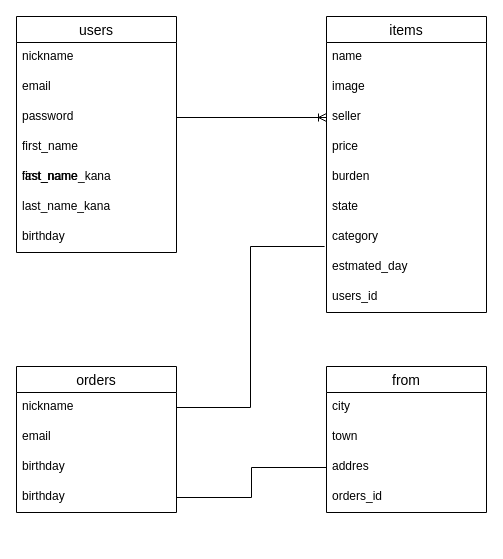
Earlier version of the draw.io diagram test.dio (tsuyoshitorikawa/furima-34366). Source tidied: cells renumbered, new cells numbered last; positions are measured from the earlier drawing's top-left corner, leaving out a move shared by most shapes. Both pictures are drawn from the tidied source at 100%, with x=0, y=0 at pixel (16, 16).
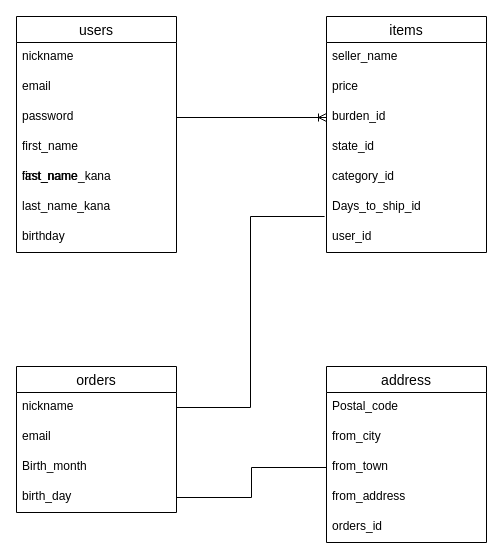
After the change.

Commit message (it also covers changes not shown here):
データベース設計3

The change refers to these unchanged cells:
```xml
<mxCell id="5" value="password" style="text;strokeColor=none;fillColor=none;spacingLeft=4;spacingRight=4;overflow=hidden;points=[[0,0.5],[1,0.5]];portConstraint=eastwest;fontSize=12;" parent="2" vertex="1">
  <mxGeometry y="86" width="160" height="30" as="geometry" />
</mxCell>
<mxCell id="20" value="orders" style="swimlane;fontStyle=0;horizontal=1;startSize=26;align=center;fontSize=14;" parent="1" vertex="1">
  <mxGeometry y="350" width="160" height="146" as="geometry" />
</mxCell>
```

The edit, as a diff of the source:
```diff
@@
     <mxCell id="10" value="items" style="swimlane;fontStyle=0;horizontal=1;startSize=26;align=center;fontSize=14;" parent="1" vertex="1">
-      <mxGeometry x="310" width="160" height="296" as="geometry" />
+      <mxGeometry x="310" width="160" height="236" as="geometry" />
     </mxCell>
-    <mxCell id="11" value="name" style="text;strokeColor=none;fillColor=none;spacingLeft=4;spacingRight=4;overflow=hidden;fontSize=12;" parent="10" vertex="1">
+    <mxCell id="11" value="seller_name" style="text;strokeColor=none;fillColor=none;spacingLeft=4;spacingRight=4;overflow=hidden;fontSize=12;" parent="10" vertex="1">
       <mxGeometry y="26" width="160" height="30" as="geometry" />
     </mxCell>
-    <mxCell id="12" value="image" style="text;strokeColor=none;fillColor=none;spacingLeft=4;spacingRight=4;overflow=hidden;fontSize=12;" parent="10" vertex="1">
+    <mxCell id="12" value="price" style="text;strokeColor=none;fillColor=none;spacingLeft=4;spacingRight=4;overflow=hidden;fontSize=12;" parent="10" vertex="1">
       <mxGeometry y="56" width="160" height="30" as="geometry" />
     </mxCell>
-    <mxCell id="13" value="seller" style="text;strokeColor=none;fillColor=none;spacingLeft=4;spacingRight=4;overflow=hidden;points=[[0,0.5],[1,0.5]];portConstraint=eastwest;fontSize=12;" parent="10" vertex="1">
-      <mxGeometry y="86" width="160" height="30" as="geometry" />
-    </mxCell>
-    <mxCell id="14" value="price" style="text;strokeColor=none;fillColor=none;spacingLeft=4;spacingRight=4;overflow=hidden;points=[[0,0.5],[1,0.5]];portConstraint=eastwest;fontSize=12;" parent="10" vertex="1">
-      <mxGeometry y="116" width="160" height="30" as="geometry" />
+    <mxCell id="14" value="burden_id" style="text;strokeColor=none;fillColor=none;spacingLeft=4;spacingRight=4;overflow=hidden;points=[[0,0.5],[1,0.5]];portConstraint=eastwest;fontSize=12;" parent="10" vertex="1">
+      <mxGeometry y="86" width="160" height="30" as="geometry" />
     </mxCell>
-    <mxCell id="15" value="burden" style="text;strokeColor=none;fillColor=none;spacingLeft=4;spacingRight=4;overflow=hidden;fontSize=12;" parent="10" vertex="1">
-      <mxGeometry y="146" width="160" height="30" as="geometry" />
+    <mxCell id="15" value="state_id" style="text;strokeColor=none;fillColor=none;spacingLeft=4;spacingRight=4;overflow=hidden;fontSize=12;" parent="10" vertex="1">
+      <mxGeometry y="116" width="160" height="30" as="geometry" />
     </mxCell>
-    <mxCell id="16" value="state" style="text;strokeColor=none;fillColor=none;spacingLeft=4;spacingRight=4;overflow=hidden;fontSize=12;" parent="10" vertex="1">
-      <mxGeometry y="176" width="160" height="30" as="geometry" />
+    <mxCell id="16" value="category_id" style="text;strokeColor=none;fillColor=none;spacingLeft=4;spacingRight=4;overflow=hidden;fontSize=12;" parent="10" vertex="1">
+      <mxGeometry y="146" width="160" height="30" as="geometry" />
     </mxCell>
-    <mxCell id="17" value="category" style="text;strokeColor=none;fillColor=none;spacingLeft=4;spacingRight=4;overflow=hidden;points=[[0,0.5],[1,0.5]];portConstraint=eastwest;fontSize=12;" parent="10" vertex="1">
-      <mxGeometry y="206" width="160" height="30" as="geometry" />
+    <mxCell id="17" value="Days_to_ship_id" style="text;strokeColor=none;fillColor=none;spacingLeft=4;spacingRight=4;overflow=hidden;points=[[0,0.5],[1,0.5]];portConstraint=eastwest;fontSize=12;" parent="10" vertex="1">
+      <mxGeometry y="176" width="160" height="30" as="geometry" />
     </mxCell>
-    <mxCell id="18" value="estmated_day" style="text;strokeColor=none;fillColor=none;spacingLeft=4;spacingRight=4;overflow=hidden;fontSize=12;" parent="10" vertex="1">
-      <mxGeometry y="236" width="160" height="30" as="geometry" />
+    <mxCell id="18" value="user_id" style="text;strokeColor=none;fillColor=none;spacingLeft=4;spacingRight=4;overflow=hidden;fontSize=12;" parent="10" vertex="1">
+      <mxGeometry y="206" width="160" height="30" as="geometry" />
     </mxCell>
-    <mxCell id="19" value="users_id" style="text;strokeColor=none;fillColor=none;spacingLeft=4;spacingRight=4;overflow=hidden;fontSize=12;" parent="10" vertex="1">
-      <mxGeometry y="266" width="160" height="30" as="geometry" />
-    </mxCell>
@@
-    <mxCell id="23" value="birthday" style="text;strokeColor=none;fillColor=none;spacingLeft=4;spacingRight=4;overflow=hidden;fontSize=12;" parent="20" vertex="1">
+    <mxCell id="23" value="Birth_month" style="text;strokeColor=none;fillColor=none;spacingLeft=4;spacingRight=4;overflow=hidden;fontSize=12;" parent="20" vertex="1">
       <mxGeometry y="86" width="160" height="30" as="geometry" />
     </mxCell>
-    <mxCell id="24" value="birthday" style="text;strokeColor=none;fillColor=none;spacingLeft=4;spacingRight=4;overflow=hidden;points=[[0,0.5],[1,0.5]];portConstraint=eastwest;fontSize=12;" parent="20" vertex="1">
+    <mxCell id="24" value="birth_day" style="text;strokeColor=none;fillColor=none;spacingLeft=4;spacingRight=4;overflow=hidden;points=[[0,0.5],[1,0.5]];portConstraint=eastwest;fontSize=12;" parent="20" vertex="1">
       <mxGeometry y="116" width="160" height="30" as="geometry" />
     </mxCell>
-    <mxCell id="25" value="from" style="swimlane;fontStyle=0;horizontal=1;startSize=26;align=center;fontSize=14;" parent="1" vertex="1">
-      <mxGeometry x="310" y="350" width="160" height="146" as="geometry" />
+    <mxCell id="25" value="address" style="swimlane;fontStyle=0;horizontal=1;startSize=26;align=center;fontSize=14;" parent="1" vertex="1">
+      <mxGeometry x="310" y="350" width="160" height="176" as="geometry" />
     </mxCell>
-    <mxCell id="26" value="city" style="text;strokeColor=none;fillColor=none;spacingLeft=4;spacingRight=4;overflow=hidden;fontSize=12;" parent="25" vertex="1">
+    <mxCell id="26" value="Postal_code" style="text;strokeColor=none;fillColor=none;spacingLeft=4;spacingRight=4;overflow=hidden;fontSize=12;" parent="25" vertex="1">
       <mxGeometry y="26" width="160" height="30" as="geometry" />
     </mxCell>
-    <mxCell id="27" value="town" style="text;strokeColor=none;fillColor=none;spacingLeft=4;spacingRight=4;overflow=hidden;fontSize=12;" parent="25" vertex="1">
+    <mxCell id="27" value="from_city" style="text;strokeColor=none;fillColor=none;spacingLeft=4;spacingRight=4;overflow=hidden;fontSize=12;" parent="25" vertex="1">
       <mxGeometry y="56" width="160" height="30" as="geometry" />
     </mxCell>
-    <mxCell id="28" value="addres" style="text;strokeColor=none;fillColor=none;spacingLeft=4;spacingRight=4;overflow=hidden;points=[[0,0.5],[1,0.5]];portConstraint=eastwest;fontSize=12;" parent="25" vertex="1">
+    <mxCell id="28" value="from_town " style="text;strokeColor=none;fillColor=none;spacingLeft=4;spacingRight=4;overflow=hidden;points=[[0,0.5],[1,0.5]];portConstraint=eastwest;fontSize=12;" parent="25" vertex="1">
       <mxGeometry y="86" width="160" height="30" as="geometry" />
     </mxCell>
+    <mxCell id="35" value="from_address" style="text;strokeColor=none;fillColor=none;spacingLeft=4;spacingRight=4;overflow=hidden;fontSize=12;" parent="25" vertex="1">
+      <mxGeometry y="116" width="160" height="30" as="geometry" />
+    </mxCell>
     <mxCell id="29" value="orders_id" style="text;strokeColor=none;fillColor=none;spacingLeft=4;spacingRight=4;overflow=hidden;fontSize=12;" parent="25" vertex="1">
-      <mxGeometry y="116" width="160" height="30" as="geometry" />
+      <mxGeometry y="146" width="160" height="30" as="geometry" />
     </mxCell>
@@
-    <mxCell id="32" style="edgeStyle=none;rounded=0;jettySize=auto;html=1;exitX=1;exitY=0.5;exitDx=0;exitDy=0;startArrow=none;startFill=0;endArrow=ERoneToMany;endFill=0;entryX=0;entryY=0.5;entryDx=0;entryDy=0;" parent="1" edge="1" source="5" target="13">
-      <mxGeometry relative="1" as="geometry" />
+    <mxCell id="32" style="edgeStyle=none;rounded=0;jettySize=auto;html=1;exitX=1;exitY=0.5;exitDx=0;exitDy=0;startArrow=none;startFill=0;endArrow=ERoneToMany;endFill=0;entryX=0;entryY=0.5;entryDx=0;entryDy=0;" parent="1" edge="1" source="5">
+      <mxGeometry relative="1" as="geometry">
+        <mxPoint x="310" y="101" as="targetPoint" />
+      </mxGeometry>
     </mxCell>
```
